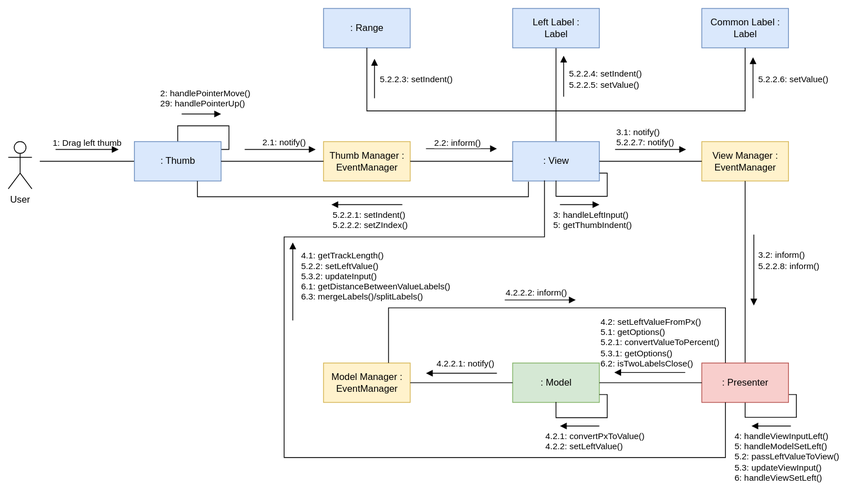
Before: images_for_readme/communication-diagram.drawio.svg, a diagram exported from draw.io (Olga-smart/FSD4). Source tidied: cells renumbered, new cells last; positions are measured from the earlier drawing's top-left corner, leaving out a move shared by most shapes.
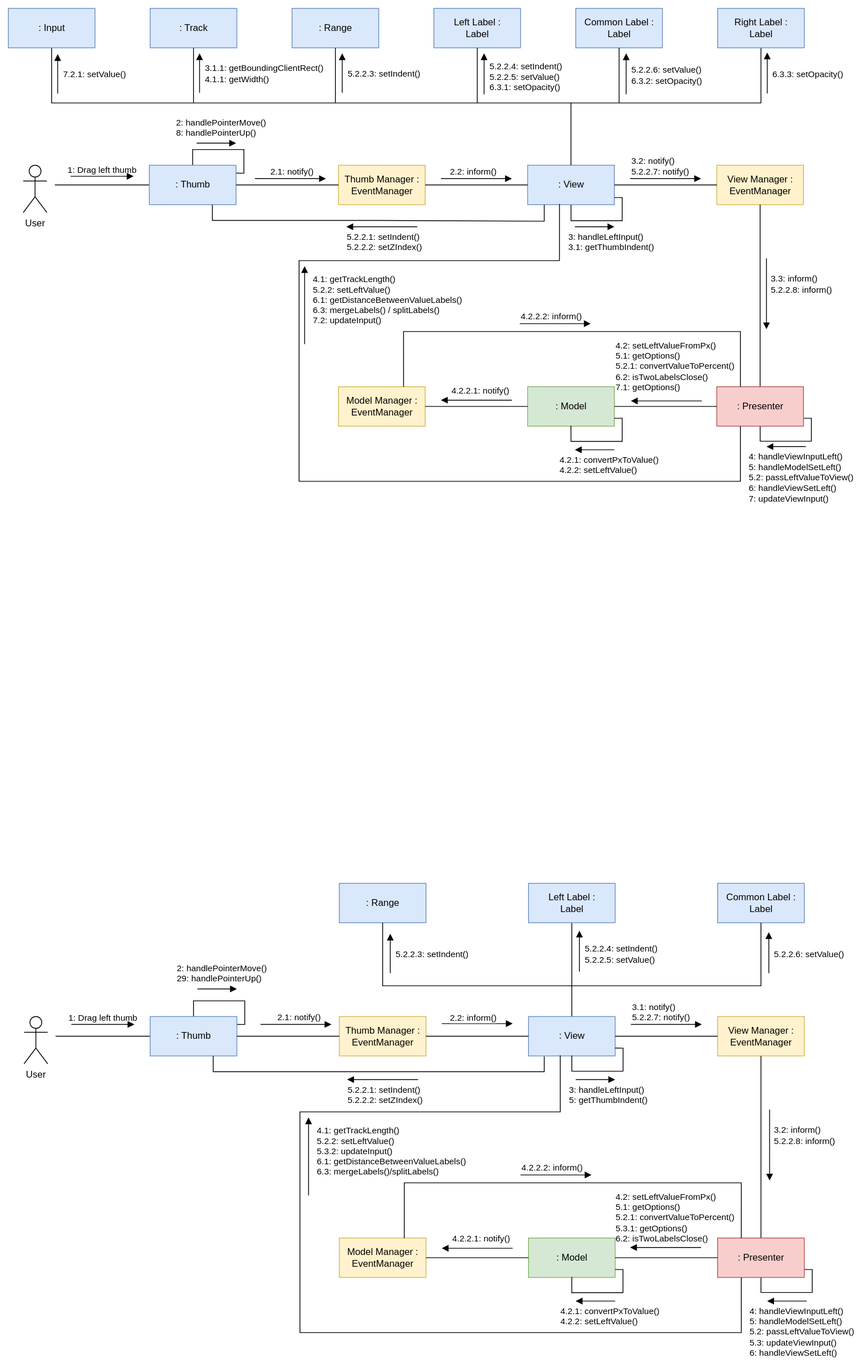
The same file after the commit.

Commit message:
Update communication diagram

The edit, as a diff of the source:
```diff
@@ -249,5 +249,302 @@
         </Array>
       </mxGeometry>
     </mxCell>
+    <mxCell id="46" value="User" style="shape=umlActor;verticalLabelPosition=bottom;verticalAlign=top;html=1;rounded=0;" parent="1" vertex="1">
+      <mxGeometry x="-1" y="-911" width="30" height="60" as="geometry" />
+    </mxCell>
+    <mxCell id="47" style="edgeStyle=orthogonalEdgeStyle;curved=0;rounded=1;sketch=0;jettySize=auto;html=1;endArrow=none;endFill=0;" parent="1" edge="1" source="49">
+      <mxGeometry relative="1" as="geometry">
+        <mxPoint x="39" y="-886" as="targetPoint" />
+      </mxGeometry>
+    </mxCell>
+    <mxCell id="48" style="edgeStyle=orthogonalEdgeStyle;rounded=0;sketch=0;jettySize=auto;html=1;exitX=0.5;exitY=0;exitDx=0;exitDy=0;endArrow=none;endFill=0;" parent="1" edge="1" source="49">
+      <mxGeometry relative="1" as="geometry">
+        <mxPoint x="269" y="-901" as="targetPoint" />
+        <Array as="points">
+          <mxPoint x="214" y="-931" />
+          <mxPoint x="279" y="-931" />
+          <mxPoint x="279" y="-901" />
+        </Array>
+      </mxGeometry>
+    </mxCell>
+    <mxCell id="49" value=": Thumb" style="html=1;rounded=0;sketch=0;fillColor=#dae8fc;strokeColor=#6c8ebf;" parent="1" vertex="1">
+      <mxGeometry x="159" y="-911" width="110" height="50" as="geometry" />
+    </mxCell>
+    <mxCell id="50" value="1: Drag left thumb" style="html=1;verticalAlign=bottom;endArrow=block;rounded=1;sketch=0;curved=0;labelBackgroundColor=none;" parent="1" edge="1">
+      <mxGeometry y="-1" relative="1" as="geometry">
+        <mxPoint x="59" y="-897" as="sourcePoint" />
+        <mxPoint x="139" y="-897" as="targetPoint" />
+      </mxGeometry>
+    </mxCell>
+    <mxCell id="51" value="&amp;nbsp;&lt;br&gt;&lt;div style=&quot;text-align: left&quot;&gt;2: handlePointerMove()&lt;/div&gt;&lt;div style=&quot;text-align: left&quot;&gt;8:&lt;span style=&quot;background-color: rgb(255, 255, 255);&quot;&gt;&amp;nbsp;handlePointerUp()&lt;/span&gt;&lt;br&gt;&lt;/div&gt;" style="html=1;verticalAlign=bottom;endArrow=block;rounded=0;sketch=0;labelBackgroundColor=none;" parent="1" edge="1">
+      <mxGeometry x="0.2" y="4" relative="1" as="geometry">
+        <mxPoint x="219" y="-939" as="sourcePoint" />
+        <mxPoint x="269" y="-939" as="targetPoint" />
+      </mxGeometry>
+    </mxCell>
+    <mxCell id="52" value="Thumb Manager : &lt;br&gt;EventManager" style="html=1;rounded=0;sketch=0;fillColor=#fff2cc;strokeColor=#d6b656;" parent="1" vertex="1">
+      <mxGeometry x="399" y="-911" width="110" height="50" as="geometry" />
+    </mxCell>
+    <mxCell id="53" style="edgeStyle=orthogonalEdgeStyle;rounded=0;sketch=0;jettySize=auto;html=1;exitX=1;exitY=0.5;exitDx=0;exitDy=0;entryX=0;entryY=0.5;entryDx=0;entryDy=0;endArrow=none;endFill=0;" parent="1" edge="1" source="49" target="52">
+      <mxGeometry relative="1" as="geometry" />
+    </mxCell>
+    <mxCell id="54" value="2.1: notify()" style="html=1;verticalAlign=bottom;endArrow=block;rounded=0;sketch=0;align=center;labelBackgroundColor=none;labelPosition=center;verticalLabelPosition=top;" parent="1" edge="1">
+      <mxGeometry x="0.04" relative="1" as="geometry">
+        <mxPoint x="293" y="-894" as="sourcePoint" />
+        <mxPoint x="383" y="-894" as="targetPoint" />
+      </mxGeometry>
+    </mxCell>
+    <mxCell id="55" value=": View" style="html=1;rounded=0;sketch=0;fillColor=#dae8fc;strokeColor=#6c8ebf;" parent="1" vertex="1">
+      <mxGeometry x="639" y="-911" width="110" height="50" as="geometry" />
+    </mxCell>
+    <mxCell id="56" style="edgeStyle=orthogonalEdgeStyle;rounded=0;sketch=0;jettySize=auto;html=1;endArrow=none;endFill=0;exitX=1;exitY=0.5;exitDx=0;exitDy=0;entryX=0;entryY=0.5;entryDx=0;entryDy=0;" parent="1" edge="1" source="52" target="55">
+      <mxGeometry relative="1" as="geometry" />
+    </mxCell>
+    <mxCell id="57" value="2.2: inform(&lt;span style=&quot;text-align: left&quot;&gt;)&lt;/span&gt;" style="html=1;verticalAlign=bottom;endArrow=block;rounded=0;sketch=0;labelBackgroundColor=none;" parent="1" edge="1">
+      <mxGeometry x="-0.09" relative="1" as="geometry">
+        <mxPoint x="529" y="-894" as="sourcePoint" />
+        <mxPoint x="619" y="-894" as="targetPoint" />
+      </mxGeometry>
+    </mxCell>
+    <mxCell id="58" value="View Manager : &lt;br&gt;EventManager" style="html=1;rounded=0;sketch=0;fillColor=#fff2cc;strokeColor=#d6b656;" parent="1" vertex="1">
+      <mxGeometry x="879" y="-911" width="110" height="50" as="geometry" />
+    </mxCell>
+    <mxCell id="59" style="rounded=0;sketch=0;jettySize=auto;html=1;endArrow=none;endFill=0;exitX=1;exitY=0.5;exitDx=0;exitDy=0;entryX=0;entryY=0.5;entryDx=0;entryDy=0;" parent="1" edge="1" source="55" target="58">
+      <mxGeometry relative="1" as="geometry" />
+    </mxCell>
+    <mxCell id="60" style="edgeStyle=orthogonalEdgeStyle;rounded=0;sketch=0;orthogonalLoop=1;jettySize=auto;html=1;exitX=1;exitY=0.812;exitDx=0;exitDy=0;endArrow=none;endFill=0;entryX=0.5;entryY=1;entryDx=0;entryDy=0;exitPerimeter=0;" parent="1" edge="1">
+      <mxGeometry relative="1" as="geometry">
+        <mxPoint x="749" y="-870" as="sourcePoint" />
+        <mxPoint x="694" y="-860.6" as="targetPoint" />
+        <Array as="points">
+          <mxPoint x="759" y="-869.6" />
+          <mxPoint x="759" y="-840.6" />
+          <mxPoint x="694" y="-840.6" />
+        </Array>
+      </mxGeometry>
+    </mxCell>
+    <mxCell id="61" value="3:&amp;nbsp;handleLeftInput()&lt;br&gt;3.1: getThumbIndent()" style="html=1;verticalAlign=top;endArrow=block;rounded=0;labelPosition=right;verticalLabelPosition=bottom;align=left;" parent="1" edge="1">
+      <mxGeometry x="-1" y="-10" relative="1" as="geometry">
+        <mxPoint x="699" y="-833" as="sourcePoint" />
+        <mxPoint x="749" y="-833" as="targetPoint" />
+        <mxPoint x="-10" y="-10" as="offset" />
+      </mxGeometry>
+    </mxCell>
+    <mxCell id="62" value="3.2: notify(&lt;span style=&quot;background-color: initial;&quot;&gt;)&lt;br&gt;5.2.2.7: notify()&lt;br&gt;&lt;/span&gt;" style="html=1;verticalAlign=bottom;endArrow=block;rounded=0;sketch=0;align=left;labelBackgroundColor=none;" parent="1" edge="1">
+      <mxGeometry x="-1" relative="1" as="geometry">
+        <mxPoint x="769" y="-894" as="sourcePoint" />
+        <mxPoint x="859" y="-894" as="targetPoint" />
+      </mxGeometry>
+    </mxCell>
+    <mxCell id="63" style="rounded=0;sketch=0;jettySize=auto;html=1;endArrow=none;endFill=0;exitX=0.5;exitY=1;exitDx=0;exitDy=0;" parent="1" edge="1" source="58">
+      <mxGeometry relative="1" as="geometry">
+        <mxPoint x="934" y="-630" as="targetPoint" />
+      </mxGeometry>
+    </mxCell>
+    <mxCell id="64" value="3.3: inform(&lt;span style=&quot;border-color: var(--border-color); text-align: center; background-color: initial;&quot;&gt;)&lt;br&gt;5.2.2.8: inform()&lt;br&gt;&lt;/span&gt;" style="html=1;verticalAlign=middle;endArrow=block;rounded=0;sketch=0;align=left;" parent="1" edge="1">
+      <mxGeometry x="-0.27" y="4" relative="1" as="geometry">
+        <mxPoint x="942" y="-793" as="sourcePoint" />
+        <mxPoint x="942" y="-703" as="targetPoint" />
+      </mxGeometry>
+    </mxCell>
+    <mxCell id="65" style="edgeStyle=orthogonalEdgeStyle;rounded=0;sketch=0;orthogonalLoop=1;jettySize=auto;html=1;exitX=1;exitY=0.812;exitDx=0;exitDy=0;endArrow=none;endFill=0;entryX=0.5;entryY=1;entryDx=0;entryDy=0;exitPerimeter=0;" parent="1" edge="1">
+      <mxGeometry relative="1" as="geometry">
+        <mxPoint x="989" y="-590" as="sourcePoint" />
+        <mxPoint x="934" y="-581" as="targetPoint" />
+        <Array as="points">
+          <mxPoint x="999" y="-590" />
+          <mxPoint x="999" y="-561" />
+          <mxPoint x="934" y="-561" />
+        </Array>
+      </mxGeometry>
+    </mxCell>
+    <mxCell id="66" value=": Presenter" style="html=1;rounded=0;sketch=0;fillColor=#f8cecc;strokeColor=#b85450;" parent="1" vertex="1">
+      <mxGeometry x="879" y="-630" width="110" height="50" as="geometry" />
+    </mxCell>
+    <mxCell id="67" value="4:&amp;nbsp;handleViewInputLeft()&lt;br&gt;5: handleModelSetLeft()&lt;br&gt;5.2: passLeftValueToView()&lt;br&gt;6:&amp;nbsp;handleViewSetLeft()&lt;br&gt;7:&amp;nbsp;updateViewInput()" style="html=1;verticalAlign=top;endArrow=block;rounded=0;sketch=0;align=left;" parent="1" edge="1">
+      <mxGeometry x="1" y="23" relative="1" as="geometry">
+        <mxPoint x="992" y="-554" as="sourcePoint" />
+        <mxPoint x="942" y="-554" as="targetPoint" />
+        <mxPoint x="-23" y="-23" as="offset" />
+      </mxGeometry>
+    </mxCell>
+    <mxCell id="68" value=": Model" style="html=1;rounded=0;sketch=0;fillColor=#d5e8d4;strokeColor=#82b366;" parent="1" vertex="1">
+      <mxGeometry x="639" y="-630" width="110" height="50" as="geometry" />
+    </mxCell>
+    <mxCell id="69" style="rounded=0;sketch=0;jettySize=auto;html=1;exitX=0;exitY=0.5;exitDx=0;exitDy=0;entryX=1;entryY=0.5;entryDx=0;entryDy=0;endArrow=none;endFill=0;" parent="1" edge="1" source="66" target="68">
+      <mxGeometry relative="1" as="geometry" />
+    </mxCell>
+    <mxCell id="70" value="&lt;span style=&quot;border-color: var(--border-color); background-color: initial;&quot;&gt;4.1:&amp;nbsp;getTrackLength()&lt;br&gt;5.2.2:&amp;nbsp;setLeftValue()&lt;br&gt;6.1:&amp;nbsp;getDistanceBetweenValueLabels()&lt;br&gt;6.3:&amp;nbsp;mergeLabels() / splitLabels()&lt;br&gt;7.2:&amp;nbsp;updateInput()&lt;br&gt;&lt;/span&gt;" style="html=1;verticalAlign=middle;endArrow=block;rounded=0;sketch=0;align=left;labelPosition=right;verticalLabelPosition=middle;" parent="1" edge="1">
+      <mxGeometry x="0.14" y="-9" relative="1" as="geometry">
+        <mxPoint x="356" y="-684" as="sourcePoint" />
+        <mxPoint x="356" y="-783" as="targetPoint" />
+      </mxGeometry>
+    </mxCell>
+    <mxCell id="71" value="4.2: setLeftValueFromPx()&lt;br&gt;5.1:&amp;nbsp;getOptions()&lt;br&gt;5.2.1: convertValueToPercent()&lt;br&gt;6.2:&amp;nbsp;isTwoLabelsClose()&lt;br&gt;7.1:&amp;nbsp;getOptions()" style="html=1;verticalAlign=bottom;endArrow=block;rounded=0;sketch=0;labelBackgroundColor=none;align=left;labelPosition=right;verticalLabelPosition=top;" parent="1" edge="1">
+      <mxGeometry x="1" y="-22" relative="1" as="geometry">
+        <mxPoint x="860" y="-612" as="sourcePoint" />
+        <mxPoint x="770" y="-612" as="targetPoint" />
+        <mxPoint x="-20" y="14" as="offset" />
+      </mxGeometry>
+    </mxCell>
+    <mxCell id="72" style="edgeStyle=orthogonalEdgeStyle;rounded=0;sketch=0;orthogonalLoop=1;jettySize=auto;html=1;exitX=1;exitY=0.812;exitDx=0;exitDy=0;endArrow=none;endFill=0;entryX=0.5;entryY=1;entryDx=0;entryDy=0;exitPerimeter=0;" parent="1" edge="1">
+      <mxGeometry relative="1" as="geometry">
+        <mxPoint x="749" y="-590" as="sourcePoint" />
+        <mxPoint x="694" y="-580.6" as="targetPoint" />
+        <Array as="points">
+          <mxPoint x="759" y="-589.6" />
+          <mxPoint x="759" y="-560.6" />
+          <mxPoint x="694" y="-560.6" />
+        </Array>
+      </mxGeometry>
+    </mxCell>
+    <mxCell id="73" value="4.2.1:&amp;nbsp;convertPxToValue()&lt;br&gt;4.2.2:&amp;nbsp;setLeftValue()" style="html=1;verticalAlign=top;endArrow=block;rounded=0;labelPosition=right;verticalLabelPosition=bottom;align=left;" parent="1" edge="1">
+      <mxGeometry x="1" y="20" relative="1" as="geometry">
+        <mxPoint x="749" y="-550" as="sourcePoint" />
+        <mxPoint x="699" y="-550" as="targetPoint" />
+        <mxPoint x="-20" y="-20" as="offset" />
+      </mxGeometry>
+    </mxCell>
+    <mxCell id="74" value="Model Manager : &lt;br&gt;EventManager" style="html=1;rounded=0;sketch=0;fillColor=#fff2cc;strokeColor=#d6b656;" parent="1" vertex="1">
+      <mxGeometry x="399" y="-630" width="110" height="50" as="geometry" />
+    </mxCell>
+    <mxCell id="75" style="rounded=0;sketch=0;jettySize=auto;html=1;exitX=0;exitY=0.5;exitDx=0;exitDy=0;entryX=1;entryY=0.5;entryDx=0;entryDy=0;endArrow=none;endFill=0;" parent="1" edge="1" source="68" target="74">
+      <mxGeometry relative="1" as="geometry" />
+    </mxCell>
+    <mxCell id="76" value="4.2.2.1: notify()" style="html=1;verticalAlign=bottom;endArrow=block;rounded=0;sketch=0;" parent="1" edge="1">
+      <mxGeometry x="-0.11" y="-3" relative="1" as="geometry">
+        <mxPoint x="619" y="-613" as="sourcePoint" />
+        <mxPoint x="529" y="-613" as="targetPoint" />
+      </mxGeometry>
+    </mxCell>
+    <mxCell id="77" style="edgeStyle=orthogonalEdgeStyle;rounded=0;jettySize=auto;html=1;endArrow=none;endFill=0;exitX=0.75;exitY=0;exitDx=0;exitDy=0;" parent="1" edge="1" source="74">
+      <mxGeometry relative="1" as="geometry">
+        <mxPoint x="909" y="-630" as="targetPoint" />
+        <Array as="points">
+          <mxPoint x="482" y="-700" />
+          <mxPoint x="909" y="-700" />
+        </Array>
+      </mxGeometry>
+    </mxCell>
+    <mxCell id="78" value="&lt;span style=&quot;text-align: left&quot;&gt;4.2.2.2: inform()&lt;/span&gt;" style="html=1;verticalAlign=bottom;endArrow=block;rounded=0;sketch=0;labelBackgroundColor=none;" parent="1" edge="1">
+      <mxGeometry x="-0.11" relative="1" as="geometry">
+        <mxPoint x="629" y="-710" as="sourcePoint" />
+        <mxPoint x="719" y="-710" as="targetPoint" />
+      </mxGeometry>
+    </mxCell>
+    <mxCell id="79" value="Left Label :&lt;br&gt;Label" style="html=1;rounded=0;sketch=0;fillColor=#dae8fc;strokeColor=#6c8ebf;" parent="1" vertex="1">
+      <mxGeometry x="520" y="-1110" width="110" height="50" as="geometry" />
+    </mxCell>
+    <mxCell id="80" value=": Range" style="html=1;rounded=0;sketch=0;fillColor=#dae8fc;strokeColor=#6c8ebf;" parent="1" vertex="1">
+      <mxGeometry x="340" y="-1110" width="110" height="50" as="geometry" />
+    </mxCell>
+    <mxCell id="81" value="Common Label :&lt;br&gt;Label" style="html=1;rounded=0;sketch=0;fillColor=#dae8fc;strokeColor=#6c8ebf;" parent="1" vertex="1">
+      <mxGeometry x="700" y="-1110" width="110" height="50" as="geometry" />
+    </mxCell>
+    <mxCell id="82" style="rounded=0;sketch=0;jettySize=auto;html=1;exitX=0.5;exitY=1;exitDx=0;exitDy=0;endArrow=none;endFill=0;entryX=0.5;entryY=1;entryDx=0;entryDy=0;" parent="1" edge="1" source="90" target="91">
+      <mxGeometry relative="1" as="geometry">
+        <Array as="points">
+          <mxPoint x="935" y="-990" />
+          <mxPoint x="35" y="-990" />
+        </Array>
+      </mxGeometry>
+    </mxCell>
+    <mxCell id="83" style="edgeStyle=orthogonalEdgeStyle;rounded=0;sketch=0;jettySize=auto;html=1;endArrow=none;endFill=0;entryX=0.367;entryY=0.987;entryDx=0;entryDy=0;entryPerimeter=0;" parent="1" edge="1" target="55">
+      <mxGeometry relative="1" as="geometry">
+        <mxPoint x="909" y="-580" as="sourcePoint" />
+        <Array as="points">
+          <mxPoint x="909" y="-510" />
+          <mxPoint x="349" y="-510" />
+          <mxPoint x="349" y="-790" />
+          <mxPoint x="679" y="-790" />
+        </Array>
+      </mxGeometry>
+    </mxCell>
+    <mxCell id="84" value="&lt;div style=&quot;text-align: left&quot;&gt;5.2.2.1:&amp;nbsp;setIndent()&lt;/div&gt;&lt;div style=&quot;text-align: left&quot;&gt;5.2.2.2: setZIndex()&lt;/div&gt;" style="html=1;verticalAlign=top;endArrow=block;rounded=0;sketch=0;labelBackgroundColor=none;labelPosition=right;verticalLabelPosition=bottom;align=left;" parent="1" edge="1">
+      <mxGeometry x="1" relative="1" as="geometry">
+        <mxPoint x="499" y="-833" as="sourcePoint" />
+        <mxPoint x="409" y="-833" as="targetPoint" />
+      </mxGeometry>
+    </mxCell>
+    <mxCell id="85" value="&lt;span style=&quot;text-align: left&quot;&gt;5.2.2.3: setIndent()&amp;nbsp;&lt;/span&gt;&lt;span style=&quot;text-align: left ; color: rgba(0 , 0 , 0 , 0) ; font-family: monospace ; font-size: 0px ; background-color: rgb(248 , 249 , 250)&quot;&gt;%3CmxGraphModel%3E%3Croot%3E%3CmxCell%20id%3D%220%22%2F%3E%3CmxCell%20id%3D%221%22%20parent%3D%220%22%2F%3E%3CmxCell%20id%3D%222%22%20value%3D%22%3A%20Thumb%22%20style%3D%22html%3D1%3Brounded%3D0%3Bsketch%3D0%3BfillColor%3D%23dae8fc%3BstrokeColor%3D%236c8ebf%3B%22%20vertex%3D%221%22%20parent%3D%221%22%3E%3CmxGeometry%20x%3D%22200%22%20y%3D%22200%22%20width%3D%22110%22%20height%3D%2250%22%20as%3D%22geometry%22%2F%3E%3C%2FmxCell%3E%3C%2Froot%3E%3C%2FmxGraphModel%3E&lt;/span&gt;" style="html=1;verticalAlign=middle;endArrow=block;rounded=0;sketch=0;labelPosition=right;verticalLabelPosition=middle;align=left;" parent="1" edge="1">
+      <mxGeometry x="-0.04" y="-5" relative="1" as="geometry">
+        <mxPoint x="403.7" y="-1003" as="sourcePoint" />
+        <mxPoint x="403.7" y="-1053" as="targetPoint" />
+      </mxGeometry>
+    </mxCell>
+    <mxCell id="86" value="5.2.2.4: setIndent()&lt;br&gt;5.2.2.5: setValue()&lt;br&gt;6.3.1: setOpacity()" style="html=1;verticalAlign=middle;endArrow=block;rounded=0;sketch=0;labelPosition=right;verticalLabelPosition=middle;align=left;" parent="1" edge="1">
+      <mxGeometry x="-0.15" y="-5" relative="1" as="geometry">
+        <mxPoint x="583.7" y="-1001" as="sourcePoint" />
+        <mxPoint x="583.7" y="-1053" as="targetPoint" />
+      </mxGeometry>
+    </mxCell>
+    <mxCell id="87" value="5.2.2.6: setValue()&lt;br&gt;6.3.2: setOpacity()" style="html=1;verticalAlign=middle;endArrow=block;rounded=0;sketch=0;labelPosition=right;verticalLabelPosition=middle;align=left;" parent="1" edge="1">
+      <mxGeometry x="-0.08" y="-5" relative="1" as="geometry">
+        <mxPoint x="764" y="-1001" as="sourcePoint" />
+        <mxPoint x="764" y="-1053" as="targetPoint" />
+      </mxGeometry>
+    </mxCell>
+    <mxCell id="88" style="endArrow=none;html=1;rounded=0;exitX=0.727;exitY=1;exitDx=0;exitDy=0;exitPerimeter=0;" parent="1" edge="1" source="49">
+      <mxGeometry relative="1" as="geometry">
+        <mxPoint x="660" y="-861" as="targetPoint" />
+        <Array as="points">
+          <mxPoint x="239" y="-841" />
+          <mxPoint x="449" y="-841" />
+          <mxPoint x="660" y="-840" />
+        </Array>
+      </mxGeometry>
+    </mxCell>
+    <mxCell id="89" value=": Track" style="html=1;rounded=0;sketch=0;fillColor=#dae8fc;strokeColor=#6c8ebf;" parent="1" vertex="1">
+      <mxGeometry x="160" y="-1110" width="110" height="50" as="geometry" />
+    </mxCell>
+    <mxCell id="90" value="Right Label :&lt;br&gt;Label" style="html=1;rounded=0;sketch=0;fillColor=#dae8fc;strokeColor=#6c8ebf;" parent="1" vertex="1">
+      <mxGeometry x="880" y="-1110" width="110" height="50" as="geometry" />
+    </mxCell>
+    <mxCell id="91" value=": Input" style="html=1;rounded=0;sketch=0;fillColor=#dae8fc;strokeColor=#6c8ebf;" parent="1" vertex="1">
+      <mxGeometry x="-20" y="-1110" width="110" height="50" as="geometry" />
+    </mxCell>
+    <mxCell id="92" style="endArrow=none;html=1;rounded=0;entryX=0.5;entryY=1;entryDx=0;entryDy=0;" parent="1" edge="1" target="89">
+      <mxGeometry relative="1" as="geometry">
+        <mxPoint x="215" y="-990" as="sourcePoint" />
+      </mxGeometry>
+    </mxCell>
+    <mxCell id="93" style="endArrow=none;html=1;rounded=0;entryX=0.5;entryY=1;entryDx=0;entryDy=0;" parent="1" edge="1" target="80">
+      <mxGeometry relative="1" as="geometry">
+        <mxPoint x="395" y="-990" as="sourcePoint" />
+      </mxGeometry>
+    </mxCell>
+    <mxCell id="94" style="endArrow=none;html=1;rounded=0;entryX=0.5;entryY=1;entryDx=0;entryDy=0;" parent="1" edge="1" target="79">
+      <mxGeometry relative="1" as="geometry">
+        <mxPoint x="575" y="-990" as="sourcePoint" />
+      </mxGeometry>
+    </mxCell>
+    <mxCell id="95" style="endArrow=none;html=1;rounded=0;entryX=0.5;entryY=1;entryDx=0;entryDy=0;" parent="1" edge="1" target="81">
+      <mxGeometry relative="1" as="geometry">
+        <mxPoint x="755" y="-990" as="sourcePoint" />
+      </mxGeometry>
+    </mxCell>
+    <mxCell id="96" value="6.3.3: setOpacity()" style="html=1;verticalAlign=middle;endArrow=block;rounded=0;sketch=0;labelPosition=right;verticalLabelPosition=middle;align=left;" parent="1" edge="1">
+      <mxGeometry x="-0.08" y="-5" relative="1" as="geometry">
+        <mxPoint x="943" y="-1002" as="sourcePoint" />
+        <mxPoint x="943" y="-1054" as="targetPoint" />
+      </mxGeometry>
+    </mxCell>
+    <mxCell id="97" value="3.1.1: getBoundingClientRect()&lt;br&gt;4.1.1:&amp;nbsp;getWidth()" style="html=1;verticalAlign=middle;endArrow=block;rounded=0;sketch=0;labelPosition=right;verticalLabelPosition=middle;align=left;" parent="1" edge="1">
+      <mxGeometry x="-0.06" y="-5" relative="1" as="geometry">
+        <mxPoint x="222.7" y="-1003" as="sourcePoint" />
+        <mxPoint x="222.7" y="-1053" as="targetPoint" />
+      </mxGeometry>
+    </mxCell>
+    <mxCell id="98" value="7.2.1: setValue()" style="html=1;verticalAlign=middle;endArrow=block;rounded=0;sketch=0;labelPosition=right;verticalLabelPosition=middle;align=left;" parent="1" edge="1">
+      <mxGeometry x="-0.04" y="-5" relative="1" as="geometry">
+        <mxPoint x="42.7" y="-1002" as="sourcePoint" />
+        <mxPoint x="42.7" y="-1052" as="targetPoint" />
+      </mxGeometry>
+    </mxCell>
+    <mxCell id="99" style="endArrow=none;html=1;rounded=0;exitX=0.5;exitY=0;exitDx=0;exitDy=0;" parent="1" edge="1" source="55">
+      <mxGeometry relative="1" as="geometry">
+        <mxPoint x="694" y="-990" as="targetPoint" />
+      </mxGeometry>
+    </mxCell>
   </root>
 </mxGraphModel>
```
